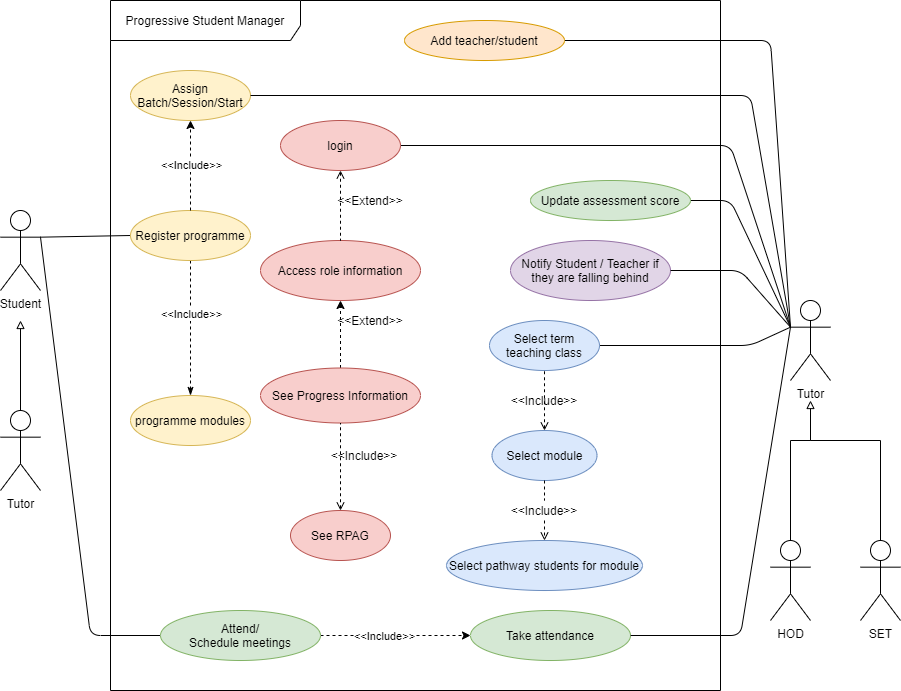
JohnAPedagogy/ProgressiveStudentHackathon keeps this draw.io diagram as UseCaseHackathon.png. Above is the earlier version. Source tidied: cells renumbered, new cells last; positions are measured from the earlier drawing's top-left corner, leaving out a move shared by most shapes. Its diagram source:
```xml
<mxGraphModel>
  <root>
    <mxCell id="0" />
    <mxCell id="1" parent="0" />
    <mxCell id="2" style="edgeStyle=none;rounded=1;jettySize=auto;html=1;exitX=1;exitY=0.3333333333333333;exitDx=0;exitDy=0;exitPerimeter=0;entryX=0;entryY=0.5;entryDx=0;entryDy=0;endArrow=none;endFill=0;" parent="1" edge="1" source="3" target="24">
      <mxGeometry relative="1" as="geometry" />
    </mxCell>
    <mxCell id="3" value="Student" style="shape=umlActor;verticalLabelPosition=bottom;verticalAlign=top;html=1;" parent="1" vertex="1">
      <mxGeometry y="210" width="40" height="80" as="geometry" />
    </mxCell>
    <mxCell id="4" value="Progressive Student Manager" style="shape=umlFrame;whiteSpace=wrap;html=1;width=190;height=40;" parent="1" vertex="1">
      <mxGeometry x="110" width="610" height="690" as="geometry" />
    </mxCell>
    <mxCell id="5" style="edgeStyle=none;rounded=0;jettySize=auto;html=1;exitX=0.5;exitY=0;exitDx=0;exitDy=0;dashed=1;entryX=0.5;entryY=1;entryDx=0;entryDy=0;" parent="1" edge="1" source="6" target="18">
      <mxGeometry relative="1" as="geometry" />
    </mxCell>
    <mxCell id="6" value="See Progress Information" style="ellipse;whiteSpace=wrap;html=1;fillColor=#f8cecc;strokeColor=#b85450;" parent="1" vertex="1">
      <mxGeometry x="260" y="367.5" width="160" height="55" as="geometry" />
    </mxCell>
    <mxCell id="7" style="edgeStyle=none;rounded=0;jettySize=auto;html=1;exitX=1;exitY=0.5;exitDx=0;exitDy=0;entryX=0;entryY=0.5;entryDx=0;entryDy=0;dashed=1;" parent="1" edge="1" source="10" target="13">
      <mxGeometry relative="1" as="geometry" />
    </mxCell>
    <mxCell id="8" value="&amp;lt;&amp;lt;Include&amp;gt;&amp;gt;" style="edgeLabel;html=1;align=center;verticalAlign=middle;" parent="7" vertex="1">
      <mxGeometry x="0.37" y="3" relative="1" as="geometry">
        <mxPoint x="-40" y="3" as="offset" />
      </mxGeometry>
    </mxCell>
    <mxCell id="9" style="edgeStyle=none;rounded=1;jettySize=auto;html=1;endArrow=none;endFill=0;entryX=1;entryY=0.3333333333333333;entryDx=0;entryDy=0;entryPerimeter=0;exitX=0;exitY=0.5;exitDx=0;exitDy=0;" parent="1" edge="1" source="10" target="3">
      <mxGeometry relative="1" as="geometry">
        <Array as="points">
          <mxPoint x="90" y="635" />
        </Array>
      </mxGeometry>
    </mxCell>
    <mxCell id="10" value="Attend/&lt;br&gt;Schedule meetings" style="ellipse;whiteSpace=wrap;html=1;fillColor=#d5e8d4;strokeColor=#82b366;" parent="1" vertex="1">
      <mxGeometry x="160" y="610" width="160" height="50" as="geometry" />
    </mxCell>
    <mxCell id="11" style="edgeStyle=none;rounded=1;jettySize=auto;html=1;exitX=1;exitY=0.5;exitDx=0;exitDy=0;entryX=0;entryY=0.3333333333333333;entryDx=0;entryDy=0;entryPerimeter=0;endArrow=none;endFill=0;" parent="1" edge="1" source="12" target="38">
      <mxGeometry relative="1" as="geometry">
        <Array as="points">
          <mxPoint x="770" y="40" />
        </Array>
      </mxGeometry>
    </mxCell>
    <mxCell id="12" value="Add teacher/student" style="ellipse;whiteSpace=wrap;html=1;fillColor=#ffe6cc;strokeColor=#d79b00;" parent="1" vertex="1">
      <mxGeometry x="404" y="20" width="160" height="40" as="geometry" />
    </mxCell>
    <mxCell id="13" value="Take attendance" style="ellipse;whiteSpace=wrap;html=1;fillColor=#d5e8d4;strokeColor=#82b366;" parent="1" vertex="1">
      <mxGeometry x="470" y="610" width="160" height="50" as="geometry" />
    </mxCell>
    <mxCell id="14" value="Notify Student / Teacher if they are falling behind" style="ellipse;whiteSpace=wrap;html=1;fillColor=#e1d5e7;strokeColor=#9673a6;" parent="1" vertex="1">
      <mxGeometry x="510" y="240" width="160" height="60" as="geometry" />
    </mxCell>
    <mxCell id="15" style="edgeStyle=none;rounded=1;jettySize=auto;html=1;exitX=1;exitY=0.5;exitDx=0;exitDy=0;endArrow=none;endFill=0;entryX=0;entryY=0.3333333333333333;entryDx=0;entryDy=0;entryPerimeter=0;" parent="1" edge="1" source="16" target="38">
      <mxGeometry relative="1" as="geometry">
        <Array as="points">
          <mxPoint x="730" y="200" />
        </Array>
      </mxGeometry>
    </mxCell>
    <mxCell id="16" value="Update assessment score" style="ellipse;whiteSpace=wrap;html=1;fillColor=#d5e8d4;strokeColor=#82b366;" parent="1" vertex="1">
      <mxGeometry x="530" y="180" width="160" height="40" as="geometry" />
    </mxCell>
    <mxCell id="17" value="See RPAG" style="ellipse;whiteSpace=wrap;html=1;fillColor=#f8cecc;strokeColor=#b85450;" parent="1" vertex="1">
      <mxGeometry x="290" y="510" width="100" height="50" as="geometry" />
    </mxCell>
    <mxCell id="18" value="Access role information" style="ellipse;whiteSpace=wrap;html=1;fillColor=#f8cecc;strokeColor=#b85450;" parent="1" vertex="1">
      <mxGeometry x="260" y="240" width="160" height="60" as="geometry" />
    </mxCell>
    <mxCell id="19" value="&amp;lt;&amp;lt;Extend&amp;gt;&amp;gt;" style="text;html=1;strokeColor=none;fillColor=none;align=center;verticalAlign=middle;whiteSpace=wrap;rounded=0;" parent="1" vertex="1">
      <mxGeometry x="350" y="310" width="40" height="20" as="geometry" />
    </mxCell>
    <mxCell id="20" style="edgeStyle=none;rounded=0;jettySize=auto;html=1;entryX=0.5;entryY=1;entryDx=0;entryDy=0;dashed=1;exitX=0.5;exitY=0;exitDx=0;exitDy=0;startArrow=open;startFill=0;endArrow=none;endFill=0;" parent="1" edge="1" source="17" target="6">
      <mxGeometry relative="1" as="geometry" />
    </mxCell>
    <mxCell id="21" value="&amp;lt;&amp;lt;Include&amp;gt;&amp;gt;" style="text;html=1;strokeColor=none;fillColor=none;align=center;verticalAlign=middle;whiteSpace=wrap;rounded=0;" parent="1" vertex="1">
      <mxGeometry x="344" y="445" width="40" height="20" as="geometry" />
    </mxCell>
    <mxCell id="22" style="edgeStyle=none;rounded=0;jettySize=auto;html=1;exitX=0.5;exitY=1;exitDx=0;exitDy=0;entryX=0.5;entryY=0;entryDx=0;entryDy=0;endArrow=classicThin;endFill=1;dashed=1;startArrow=none;startFill=0;" parent="1" edge="1" source="24" target="28">
      <mxGeometry relative="1" as="geometry" />
    </mxCell>
    <mxCell id="23" value="&amp;lt;&amp;lt;Include&amp;gt;&amp;gt;" style="edgeLabel;html=1;align=center;verticalAlign=middle;" parent="22" vertex="1">
      <mxGeometry x="-0.33" y="5" relative="1" as="geometry">
        <mxPoint x="-5" y="8" as="offset" />
      </mxGeometry>
    </mxCell>
    <mxCell id="24" value="Register programme" style="ellipse;whiteSpace=wrap;html=1;fillColor=#fff2cc;strokeColor=#d6b656;" parent="1" vertex="1">
      <mxGeometry x="130" y="210" width="120" height="50" as="geometry" />
    </mxCell>
    <mxCell id="25" value="Assign Batch/Session/Start" style="ellipse;whiteSpace=wrap;html=1;fillColor=#fff2cc;strokeColor=#d6b656;" parent="1" vertex="1">
      <mxGeometry x="130" y="70" width="120" height="50" as="geometry" />
    </mxCell>
    <mxCell id="26" style="edgeStyle=none;rounded=1;jettySize=auto;html=1;exitX=0.5;exitY=0;exitDx=0;exitDy=0;entryX=0.5;entryY=1;entryDx=0;entryDy=0;endArrow=classic;endFill=1;dashed=1;" parent="1" edge="1" source="24" target="25">
      <mxGeometry relative="1" as="geometry" />
    </mxCell>
    <mxCell id="27" value="&amp;lt;&amp;lt;Include&amp;gt;&amp;gt;" style="edgeLabel;html=1;align=center;verticalAlign=middle;" parent="26" vertex="1">
      <mxGeometry x="0.32" y="4" relative="1" as="geometry">
        <mxPoint x="4" y="13" as="offset" />
      </mxGeometry>
    </mxCell>
    <mxCell id="28" value="programme modules" style="ellipse;whiteSpace=wrap;html=1;fillColor=#fff2cc;strokeColor=#d6b656;" parent="1" vertex="1">
      <mxGeometry x="130" y="395" width="120" height="50" as="geometry" />
    </mxCell>
    <mxCell id="29" style="edgeStyle=none;rounded=0;jettySize=auto;html=1;exitX=0.5;exitY=1;exitDx=0;exitDy=0;entryX=0.5;entryY=0;entryDx=0;entryDy=0;startArrow=open;startFill=0;endArrow=none;endFill=0;dashed=1;" parent="1" edge="1" source="31" target="18">
      <mxGeometry relative="1" as="geometry" />
    </mxCell>
    <mxCell id="30" style="rounded=1;jettySize=auto;html=1;exitX=1;exitY=0.5;exitDx=0;exitDy=0;endArrow=none;endFill=0;entryX=0;entryY=0.3333333333333333;entryDx=0;entryDy=0;entryPerimeter=0;" parent="1" edge="1" source="31" target="38">
      <mxGeometry relative="1" as="geometry">
        <Array as="points">
          <mxPoint x="730" y="145" />
        </Array>
      </mxGeometry>
    </mxCell>
    <mxCell id="31" value="login" style="ellipse;whiteSpace=wrap;html=1;fillColor=#f8cecc;strokeColor=#b85450;" parent="1" vertex="1">
      <mxGeometry x="280" y="120" width="120" height="50" as="geometry" />
    </mxCell>
    <mxCell id="32" value="Tutor" style="shape=umlActor;verticalLabelPosition=bottom;verticalAlign=top;html=1;" parent="1" vertex="1">
      <mxGeometry y="410" width="40" height="80" as="geometry" />
    </mxCell>
    <mxCell id="33" style="edgeStyle=orthogonalEdgeStyle;rounded=0;jettySize=auto;html=1;exitX=0.5;exitY=0;exitDx=0;exitDy=0;exitPerimeter=0;endArrow=none;endFill=0;" parent="1" edge="1" source="34">
      <mxGeometry relative="1" as="geometry">
        <mxPoint x="810" y="410" as="targetPoint" />
        <Array as="points">
          <mxPoint x="880" y="440" />
          <mxPoint x="810" y="440" />
        </Array>
      </mxGeometry>
    </mxCell>
    <mxCell id="34" value="SET" style="shape=umlActor;verticalLabelPosition=bottom;verticalAlign=top;html=1;" parent="1" vertex="1">
      <mxGeometry x="860" y="540" width="40" height="80" as="geometry" />
    </mxCell>
    <mxCell id="35" style="edgeStyle=none;rounded=1;jettySize=auto;html=1;endArrow=none;endFill=0;exitX=0;exitY=0.3333333333333333;exitDx=0;exitDy=0;exitPerimeter=0;entryX=1;entryY=0.5;entryDx=0;entryDy=0;" parent="1" edge="1" source="38" target="25">
      <mxGeometry relative="1" as="geometry">
        <Array as="points">
          <mxPoint x="750" y="95" />
        </Array>
      </mxGeometry>
    </mxCell>
    <mxCell id="36" style="edgeStyle=none;rounded=1;jettySize=auto;html=1;exitX=0;exitY=0.3333333333333333;exitDx=0;exitDy=0;exitPerimeter=0;entryX=1;entryY=0.5;entryDx=0;entryDy=0;endArrow=none;endFill=0;" parent="1" edge="1" source="38" target="14">
      <mxGeometry relative="1" as="geometry">
        <Array as="points">
          <mxPoint x="740" y="270" />
        </Array>
      </mxGeometry>
    </mxCell>
    <mxCell id="37" style="rounded=1;jettySize=auto;html=1;exitX=0;exitY=0.3333333333333333;exitDx=0;exitDy=0;exitPerimeter=0;entryX=1;entryY=0.5;entryDx=0;entryDy=0;endArrow=none;endFill=0;" parent="1" edge="1" source="38" target="44">
      <mxGeometry relative="1" as="geometry">
        <Array as="points">
          <mxPoint x="750" y="345" />
        </Array>
      </mxGeometry>
    </mxCell>
    <mxCell id="38" value="Tutor" style="shape=umlActor;verticalLabelPosition=bottom;verticalAlign=top;html=1;" parent="1" vertex="1">
      <mxGeometry x="790" y="300" width="40" height="80" as="geometry" />
    </mxCell>
    <mxCell id="39" style="edgeStyle=orthogonalEdgeStyle;rounded=0;jettySize=auto;html=1;exitX=0.5;exitY=0;exitDx=0;exitDy=0;exitPerimeter=0;endArrow=block;endFill=0;" parent="1" edge="1" source="41">
      <mxGeometry relative="1" as="geometry">
        <mxPoint x="810" y="400" as="targetPoint" />
        <Array as="points">
          <mxPoint x="790" y="440" />
          <mxPoint x="810" y="440" />
        </Array>
      </mxGeometry>
    </mxCell>
    <mxCell id="40" style="edgeStyle=none;rounded=1;jettySize=auto;html=1;entryX=1;entryY=0.5;entryDx=0;entryDy=0;endArrow=none;endFill=0;exitX=0;exitY=0.3333333333333333;exitDx=0;exitDy=0;exitPerimeter=0;" parent="1" edge="1" source="38" target="13">
      <mxGeometry relative="1" as="geometry">
        <Array as="points">
          <mxPoint x="740" y="635" />
        </Array>
      </mxGeometry>
    </mxCell>
    <mxCell id="41" value="HOD" style="shape=umlActor;verticalLabelPosition=bottom;verticalAlign=top;html=1;" parent="1" vertex="1">
      <mxGeometry x="770" y="540" width="40" height="80" as="geometry" />
    </mxCell>
    <mxCell id="42" style="edgeStyle=orthogonalEdgeStyle;rounded=0;orthogonalLoop=1;jettySize=auto;html=1;endArrow=block;endFill=0;" parent="1" edge="1">
      <mxGeometry relative="1" as="geometry">
        <mxPoint x="20" y="410" as="sourcePoint" />
        <mxPoint x="20" y="320" as="targetPoint" />
        <Array as="points">
          <mxPoint x="20" y="410" />
        </Array>
      </mxGeometry>
    </mxCell>
    <mxCell id="43" value="&amp;lt;&amp;lt;Extend&amp;gt;&amp;gt;" style="text;html=1;strokeColor=none;fillColor=none;align=center;verticalAlign=middle;whiteSpace=wrap;rounded=0;" parent="1" vertex="1">
      <mxGeometry x="350" y="190" width="40" height="20" as="geometry" />
    </mxCell>
    <mxCell id="44" value="Select term teaching class" style="ellipse;whiteSpace=wrap;html=1;fillColor=#dae8fc;strokeColor=#6c8ebf;" parent="1" vertex="1">
      <mxGeometry x="489" y="320" width="110" height="50" as="geometry" />
    </mxCell>
    <mxCell id="45" value="Select module" style="ellipse;whiteSpace=wrap;html=1;fillColor=#dae8fc;strokeColor=#6c8ebf;" parent="1" vertex="1">
      <mxGeometry x="491.5" y="430" width="105" height="50" as="geometry" />
    </mxCell>
    <mxCell id="46" style="edgeStyle=none;rounded=0;jettySize=auto;html=1;entryX=0.5;entryY=1;entryDx=0;entryDy=0;dashed=1;exitX=0.5;exitY=0;exitDx=0;exitDy=0;startArrow=open;startFill=0;endArrow=none;endFill=0;" parent="1" edge="1" source="45" target="44">
      <mxGeometry relative="1" as="geometry" />
    </mxCell>
    <mxCell id="47" value="Select pathway students for module" style="ellipse;whiteSpace=wrap;html=1;fillColor=#dae8fc;strokeColor=#6c8ebf;" parent="1" vertex="1">
      <mxGeometry x="446" y="540" width="196" height="50" as="geometry" />
    </mxCell>
    <mxCell id="48" style="edgeStyle=none;rounded=0;jettySize=auto;html=1;entryX=0.5;entryY=0;entryDx=0;entryDy=0;dashed=1;exitX=0.5;exitY=1;exitDx=0;exitDy=0;startArrow=none;startFill=0;endArrow=open;endFill=0;" parent="1" edge="1" source="50" target="47">
      <mxGeometry relative="1" as="geometry">
        <Array as="points">
          <mxPoint x="544" y="520" />
        </Array>
      </mxGeometry>
    </mxCell>
    <mxCell id="49" value="&amp;lt;&amp;lt;Include&amp;gt;&amp;gt;" style="text;html=1;strokeColor=none;fillColor=none;align=center;verticalAlign=middle;whiteSpace=wrap;rounded=0;" parent="1" vertex="1">
      <mxGeometry x="524" y="390" width="40" height="20" as="geometry" />
    </mxCell>
    <mxCell id="50" value="&amp;lt;&amp;lt;Include&amp;gt;&amp;gt;" style="text;html=1;strokeColor=none;fillColor=none;align=center;verticalAlign=middle;whiteSpace=wrap;rounded=0;" parent="1" vertex="1">
      <mxGeometry x="524" y="500" width="40" height="20" as="geometry" />
    </mxCell>
    <mxCell id="51" style="edgeStyle=none;rounded=0;jettySize=auto;html=1;entryX=0.5;entryY=0;entryDx=0;entryDy=0;dashed=1;exitX=0.5;exitY=1;exitDx=0;exitDy=0;startArrow=none;startFill=0;endArrow=none;endFill=0;" parent="1" edge="1" source="45" target="50">
      <mxGeometry relative="1" as="geometry" />
    </mxCell>
  </root>
</mxGraphModel>
```
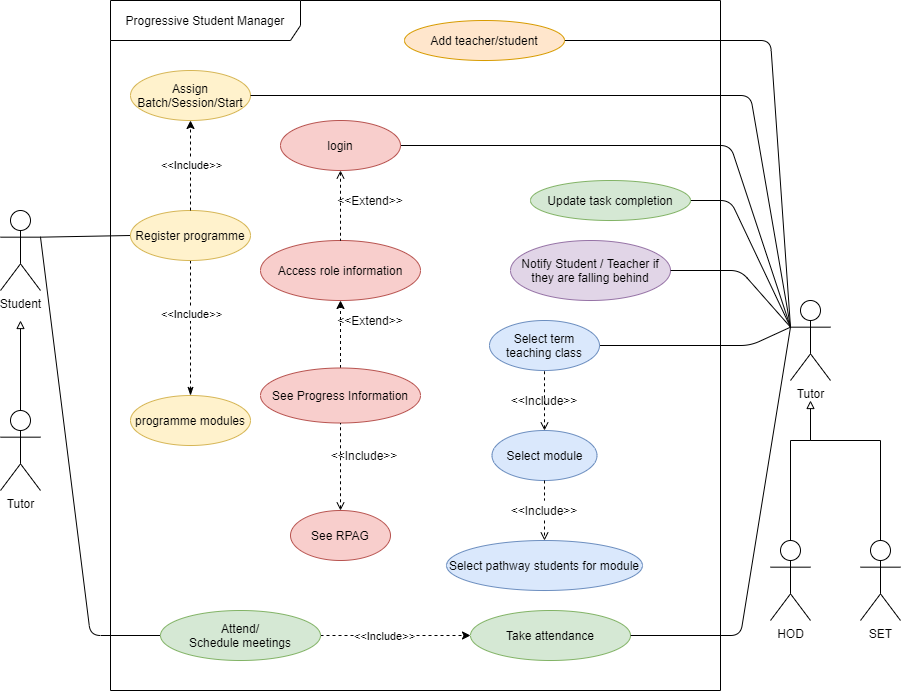
The same file after the commit.

Diff of the diagram source:
```diff
@@ -58,7 +58,7 @@
         </Array>
       </mxGeometry>
     </mxCell>
-    <mxCell id="16" value="Update assessment score" style="ellipse;whiteSpace=wrap;html=1;fillColor=#d5e8d4;strokeColor=#82b366;" parent="1" vertex="1">
+    <mxCell id="16" value="Update task completion" style="ellipse;whiteSpace=wrap;html=1;fillColor=#d5e8d4;strokeColor=#82b366;" parent="1" vertex="1">
       <mxGeometry x="530" y="180" width="160" height="40" as="geometry" />
     </mxCell>
     <mxCell id="17" value="See RPAG" style="ellipse;whiteSpace=wrap;html=1;fillColor=#f8cecc;strokeColor=#b85450;" parent="1" vertex="1">
```
